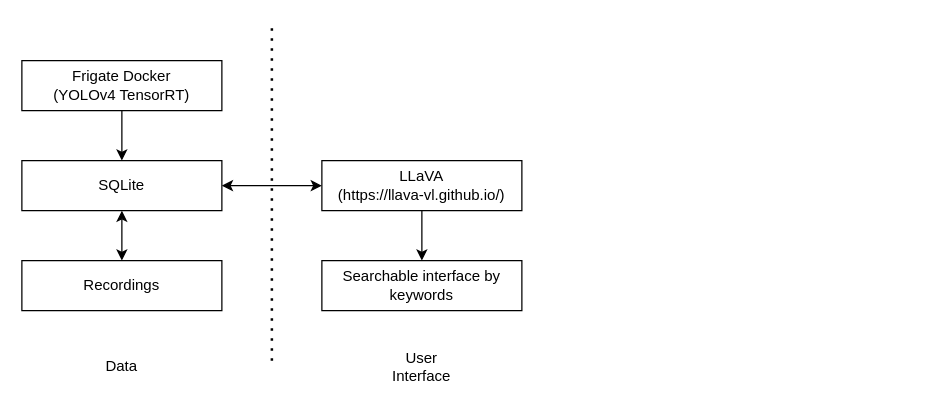
Above: arch.drawio in arcyleung/llm-nvr (draw.io), before the change. Source tidied: cells renumbered, new cells numbered last; positions are measured from the earlier drawing's top-left corner, leaving out a move shared by most shapes. Both pictures are drawn from the tidied source at 125%, with x=0, y=0 at pixel (21, 22).
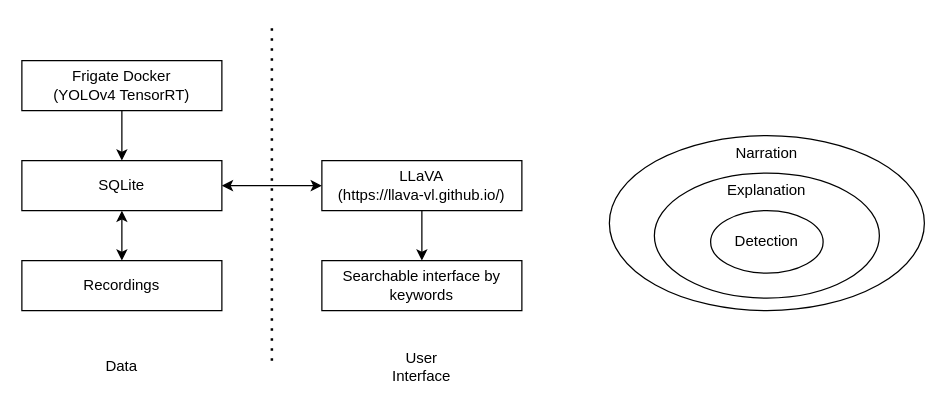
After the change.

Change to the diagram source:
```diff
@@
 <mxGraphModel>
   <root>
     <mxCell id="0" />
     <mxCell id="1" parent="0" />
     <mxCell id="2" style="edgeStyle=none;html=1;entryX=0.5;entryY=0;entryDx=0;entryDy=0;" parent="1" edge="1" source="3" target="7">
       <mxGeometry relative="1" as="geometry" />
     </mxCell>
     <mxCell id="3" value="Frigate Docker&lt;br&gt;(YOLOv4 TensorRT)" style="rounded=0;whiteSpace=wrap;html=1;" parent="1" vertex="1">
       <mxGeometry y="30" width="160" height="40" as="geometry" />
     </mxCell>
     <mxCell id="4" style="edgeStyle=none;html=1;entryX=0.5;entryY=0;entryDx=0;entryDy=0;" parent="1" edge="1" source="5" target="13">
       <mxGeometry relative="1" as="geometry" />
     </mxCell>
     <mxCell id="5" value="LLaVA&lt;br&gt;(https://llava-vl.github.io/)" style="rounded=0;whiteSpace=wrap;html=1;" parent="1" vertex="1">
       <mxGeometry x="240" y="110" width="160" height="40" as="geometry" />
     </mxCell>
     <mxCell id="6" style="edgeStyle=none;html=1;entryX=1;entryY=0.5;entryDx=0;entryDy=0;startArrow=classic;startFill=1;" parent="1" edge="1" target="7">
       <mxGeometry relative="1" as="geometry">
         <mxPoint x="240" y="130" as="sourcePoint" />
       </mxGeometry>
     </mxCell>
     <mxCell id="7" value="SQLite" style="rounded=0;whiteSpace=wrap;html=1;" parent="1" vertex="1">
       <mxGeometry y="110" width="160" height="40" as="geometry" />
     </mxCell>
     <mxCell id="8" style="edgeStyle=none;html=1;entryX=0.5;entryY=1;entryDx=0;entryDy=0;startArrow=classic;startFill=1;" parent="1" edge="1" source="9" target="7">
       <mxGeometry relative="1" as="geometry" />
     </mxCell>
     <mxCell id="9" value="Recordings" style="rounded=0;whiteSpace=wrap;html=1;" parent="1" vertex="1">
       <mxGeometry y="190" width="160" height="40" as="geometry" />
     </mxCell>
     <mxCell id="10" style="endArrow=none;dashed=1;html=1;dashPattern=1 3;strokeWidth=2;" parent="1" edge="1">
       <mxGeometry relative="1" as="geometry">
         <mxPoint x="200" y="270" as="sourcePoint" />
         <mxPoint x="200" as="targetPoint" />
       </mxGeometry>
     </mxCell>
     <mxCell id="11" value="Data" style="text;html=1;strokeColor=none;fillColor=none;align=center;verticalAlign=middle;whiteSpace=wrap;rounded=0;" parent="1" vertex="1">
       <mxGeometry x="50" y="260" width="60" height="30" as="geometry" />
     </mxCell>
     <mxCell id="12" value="User Interface" style="text;html=1;strokeColor=none;fillColor=none;align=center;verticalAlign=middle;whiteSpace=wrap;rounded=0;" parent="1" vertex="1">
       <mxGeometry x="290" y="260" width="60" height="30" as="geometry" />
     </mxCell>
     <mxCell id="13" value="Searchable interface by keywords" style="rounded=0;whiteSpace=wrap;html=1;" parent="1" vertex="1">
       <mxGeometry x="240" y="190" width="160" height="40" as="geometry" />
     </mxCell>
+    <mxCell id="14" value="Narration" style="ellipse;whiteSpace=wrap;html=1;verticalAlign=top;" parent="1" vertex="1">
+      <mxGeometry x="470" y="90" width="252" height="140" as="geometry" />
+    </mxCell>
+    <mxCell id="15" value="Explanation" style="ellipse;whiteSpace=wrap;html=1;verticalAlign=top;" parent="1" vertex="1">
+      <mxGeometry x="506" y="120" width="180" height="100" as="geometry" />
+    </mxCell>
+    <mxCell id="16" value="Detection" style="ellipse;whiteSpace=wrap;html=1;" parent="1" vertex="1">
+      <mxGeometry x="551" y="150" width="90" height="50" as="geometry" />
+    </mxCell>
   </root>
 </mxGraphModel>
```
